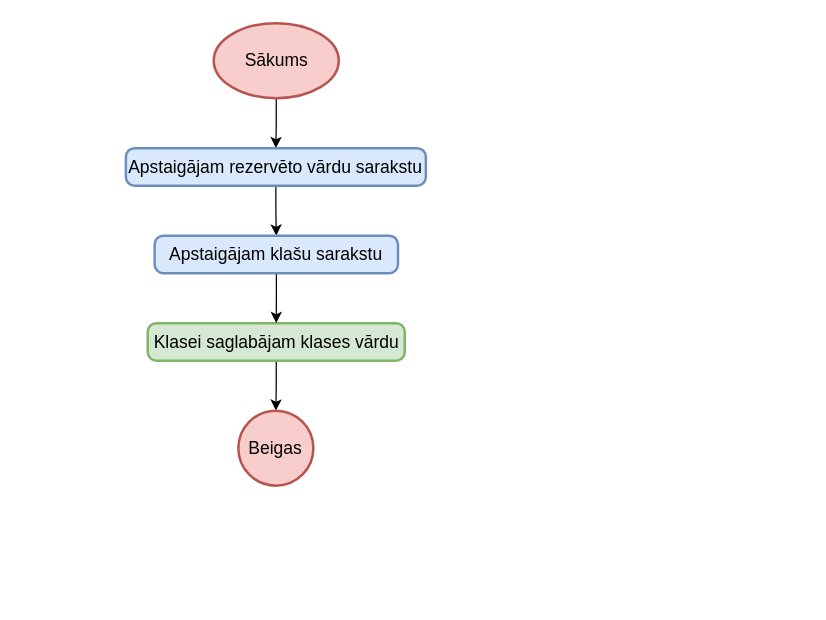
Earlier version of the draw.io diagram page "Klases vārda apstaigāšana" (3 of 4) of src/Kvalifikacijas darbs/Diagrammas/Kompilators/Klases.drawio (artiks12/webAppOS). Source tidied: cells renumbered, new cells numbered last; positions are measured from the earlier drawing's top-left corner, leaving out a move shared by most shapes. Both pictures are drawn from the tidied source at 125%, with x=0, y=0 at pixel (125, 22).
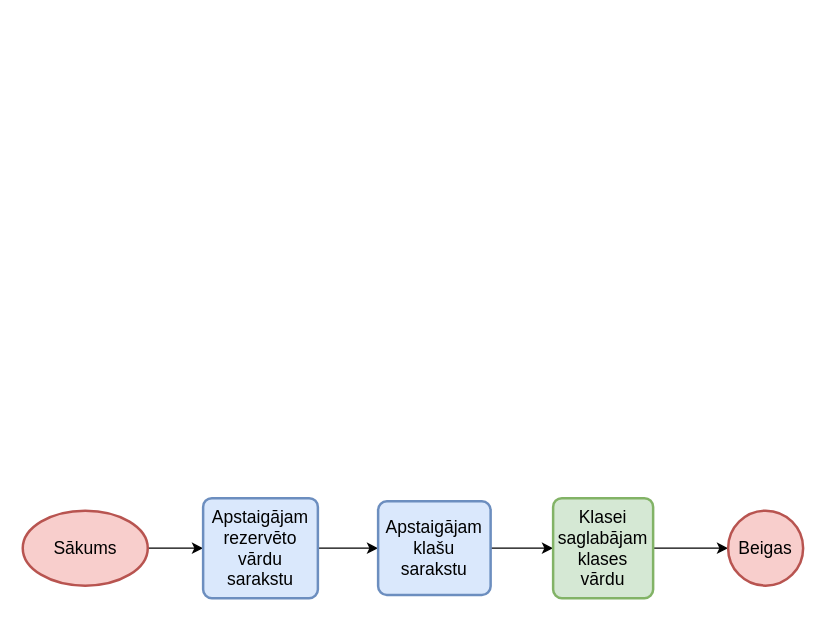
The same diagram, later.

What changed in the source:
```diff
@@
 <mxGraphModel>
   <root>
     <mxCell id="0" />
     <mxCell id="1" parent="0" />
-    <mxCell id="2" style="edgeStyle=orthogonalEdgeStyle;rounded=0;jettySize=auto;html=1;entryX=0.5;entryY=0;entryDx=0;entryDy=0;fontSize=18;" parent="1" edge="1" source="3" target="8">
+    <mxCell id="2" style="edgeStyle=orthogonalEdgeStyle;rounded=0;jettySize=auto;html=1;entryX=0;entryY=0.5;entryDx=0;entryDy=0;" parent="1" edge="1" source="3" target="8">
       <mxGeometry relative="1" as="geometry" />
     </mxCell>
     <mxCell id="3" value="Sākums" style="strokeWidth=2;html=1;shape=mxgraph.flowchart.start_1;whiteSpace=wrap;fontSize=14;fillColor=#f8cecc;strokeColor=#b85450;" parent="1" vertex="1">
-      <mxGeometry x="70.5" width="100" height="60" as="geometry" />
+      <mxGeometry x="-82.3" y="390" width="100" height="60" as="geometry" />
     </mxCell>
-    <mxCell id="4" style="edgeStyle=orthogonalEdgeStyle;rounded=0;jettySize=auto;html=1;entryX=0.5;entryY=0;entryDx=0;entryDy=0;entryPerimeter=0;" parent="1" edge="1" source="5" target="6">
-      <mxGeometry relative="1" as="geometry" />
-    </mxCell>
-    <mxCell id="5" value="Klasei saglabājam klases vārdu" style="rounded=1;whiteSpace=wrap;html=1;absoluteArcSize=1;arcSize=14;strokeWidth=2;fontSize=14;fillColor=#d5e8d4;strokeColor=#82b366;" parent="1" vertex="1">
-      <mxGeometry x="17.7" y="240" width="205.6" height="30" as="geometry" />
-    </mxCell>
-    <mxCell id="6" value="Beigas" style="strokeWidth=2;html=1;shape=mxgraph.flowchart.start_2;whiteSpace=wrap;fontSize=14;fillColor=#f8cecc;strokeColor=#b85450;" parent="1" vertex="1">
-      <mxGeometry x="90.2" y="310" width="60" height="60" as="geometry" />
-    </mxCell>
-    <mxCell id="7" style="edgeStyle=orthogonalEdgeStyle;rounded=0;jettySize=auto;html=1;entryX=0.5;entryY=0;entryDx=0;entryDy=0;" parent="1" edge="1" source="8" target="10">
+    <mxCell id="7" style="edgeStyle=orthogonalEdgeStyle;rounded=0;jettySize=auto;html=1;entryX=0;entryY=0.5;entryDx=0;entryDy=0;" parent="1" edge="1" source="8" target="10">
       <mxGeometry relative="1" as="geometry" />
     </mxCell>
     <mxCell id="8" value="Apstaigājam rezervēto vārdu sarakstu" style="rounded=1;whiteSpace=wrap;html=1;absoluteArcSize=1;arcSize=14;strokeWidth=2;fontSize=14;fillColor=#dae8fc;strokeColor=#6c8ebf;" parent="1" vertex="1">
-      <mxGeometry x="0.2" y="100" width="240" height="30" as="geometry" />
+      <mxGeometry x="62" y="380" width="91.8" height="80" as="geometry" />
     </mxCell>
-    <mxCell id="9" style="edgeStyle=orthogonalEdgeStyle;rounded=0;jettySize=auto;html=1;entryX=0.5;entryY=0;entryDx=0;entryDy=0;" parent="1" edge="1" source="10" target="5">
+    <mxCell id="9" style="edgeStyle=orthogonalEdgeStyle;rounded=0;jettySize=auto;html=1;" parent="1" edge="1" source="10" target="5">
       <mxGeometry relative="1" as="geometry" />
     </mxCell>
     <mxCell id="10" value="Apstaigājam klašu sarakstu" style="rounded=1;whiteSpace=wrap;html=1;absoluteArcSize=1;arcSize=14;strokeWidth=2;fontSize=14;fillColor=#dae8fc;strokeColor=#6c8ebf;" parent="1" vertex="1">
-      <mxGeometry x="23.2" y="170" width="194.7" height="30" as="geometry" />
+      <mxGeometry x="202" y="382.5" width="90" height="75" as="geometry" />
     </mxCell>
+    <mxCell id="4" style="edgeStyle=orthogonalEdgeStyle;rounded=0;jettySize=auto;html=1;" parent="1" edge="1" source="5" target="6">
+      <mxGeometry relative="1" as="geometry" />
+    </mxCell>
+    <mxCell id="5" value="Klasei saglabājam klases vārdu" style="rounded=1;whiteSpace=wrap;html=1;absoluteArcSize=1;arcSize=14;strokeWidth=2;fontSize=14;fillColor=#d5e8d4;strokeColor=#82b366;" parent="1" vertex="1">
+      <mxGeometry x="342" y="380" width="80" height="80" as="geometry" />
+    </mxCell>
+    <mxCell id="6" value="Beigas" style="strokeWidth=2;html=1;shape=mxgraph.flowchart.start_2;whiteSpace=wrap;fontSize=14;fillColor=#f8cecc;strokeColor=#b85450;" parent="1" vertex="1">
+      <mxGeometry x="482" y="390" width="60" height="60" as="geometry" />
+    </mxCell>
   </root>
 </mxGraphModel>
```
